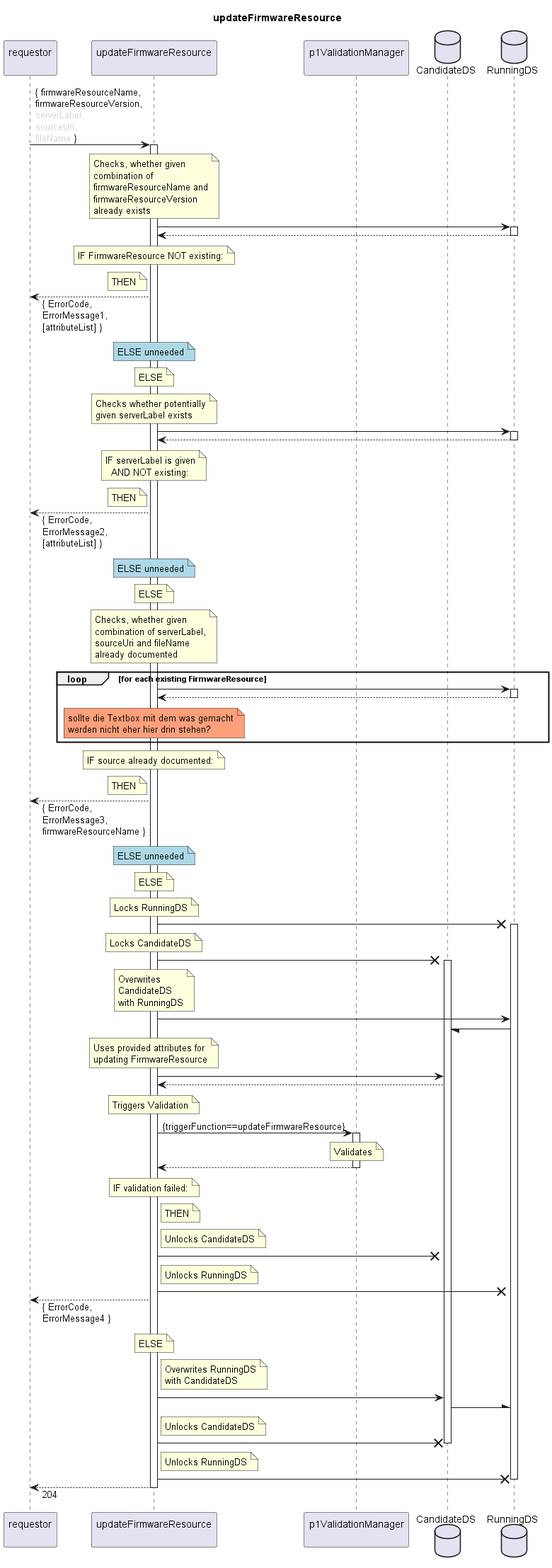
Above: spec/Services/updateFirmwareResource/1.0.0/updateFirmwareResource.png in openBackhaul/FirmWareManager (PlantUML), before the change.
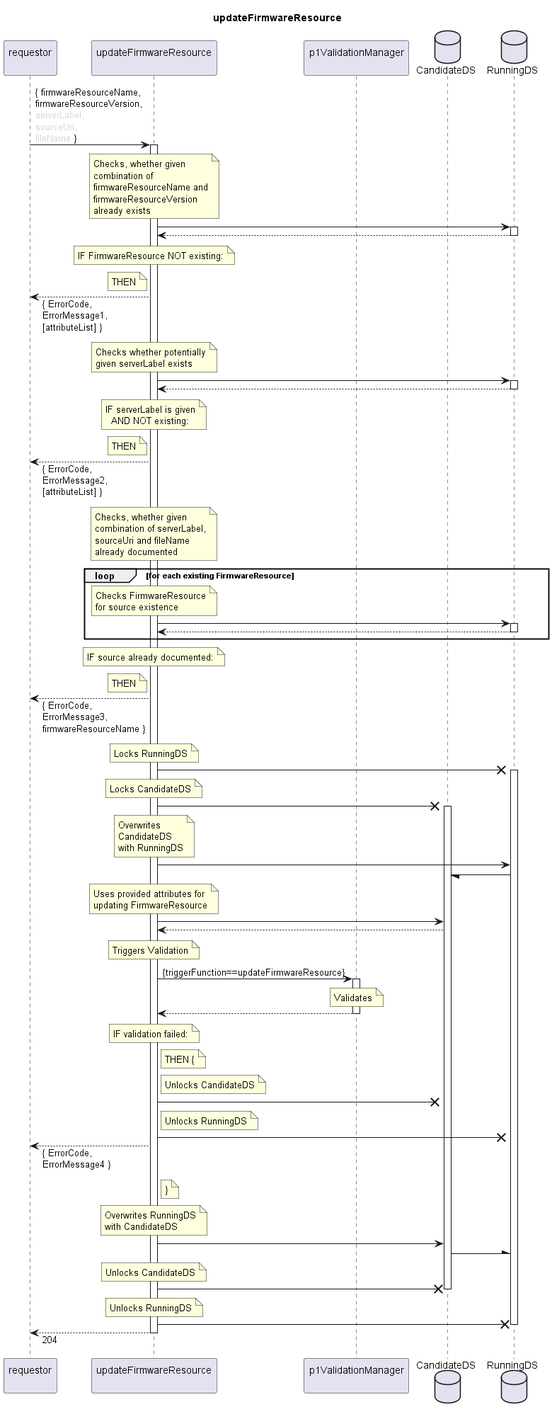
After the commit.

What changed in the source:
```diff
@@ -32,12 +32,6 @@
     THEN
   end note
   requestor <-- indServ: { ErrorCode,\nErrorMessage1,\n[attributeList] }
-  note over indServ #LightBlue
-    ELSE unneeded
-  end note
-  note over indServ
-    ELSE
-  end note
 
   note over indServ
     Checks whether potentially
@@ -55,12 +49,6 @@
     THEN
   end note
   requestor <-- indServ: { ErrorCode,\nErrorMessage2,\n[attributeList] }
-  note over indServ #LightBlue
-    ELSE unneeded
-  end note
-  note over indServ
-    ELSE
-  end note
 
   note over indServ
     Checks, whether given
@@ -69,16 +57,14 @@
     already documented
   end note
   loop for each existing FirmwareResource
+    note over indServ
+      Checks FirmwareResource
+      for source existence
+    end note
     indServ -> RunDS
     activate RunDS
     indServ <-- RunDS
     deactivate RunDS
-
-    note over indServ #LightSalmon
-      sollte die Textbox mit dem was gemacht
-      werden nicht eher hier drin stehen?
-    end note
-
   end loop
   note over indServ
     IF source already documented:
@@ -87,12 +73,6 @@
     THEN
   end note
   requestor <-- indServ: { ErrorCode,\nErrorMessage3,\nfirmwareResourceName }
-  note over indServ #LightBlue
-    ELSE unneeded
-  end note
-  note over indServ
-    ELSE
-  end note
 
   note over indServ
     Locks RunningDS
@@ -133,7 +113,7 @@
     IF validation failed:
   end note
   note right indServ
-    THEN
+    THEN {
   end note
   note right indServ
     Unlocks CandidateDS
@@ -144,22 +124,22 @@
   end note
   indServ -X RunDS
   requestor <-- indServ: { ErrorCode,\nErrorMessage4 }
-  note over indServ
-    ELSE
+  note right indServ
+    }
   end note
 
-  note right indServ
+  note over indServ
     Overwrites RunningDS
     with CandidateDS
   end note
   indServ -> CanDS
   CanDS -\ RunDS
-  note right indServ
+  note over indServ
     Unlocks CandidateDS
   end note
   indServ -X CanDS
   deactivate CanDS
-  note right indServ
+  note over indServ
     Unlocks RunningDS
   end note
   indServ -X RunDS
```
